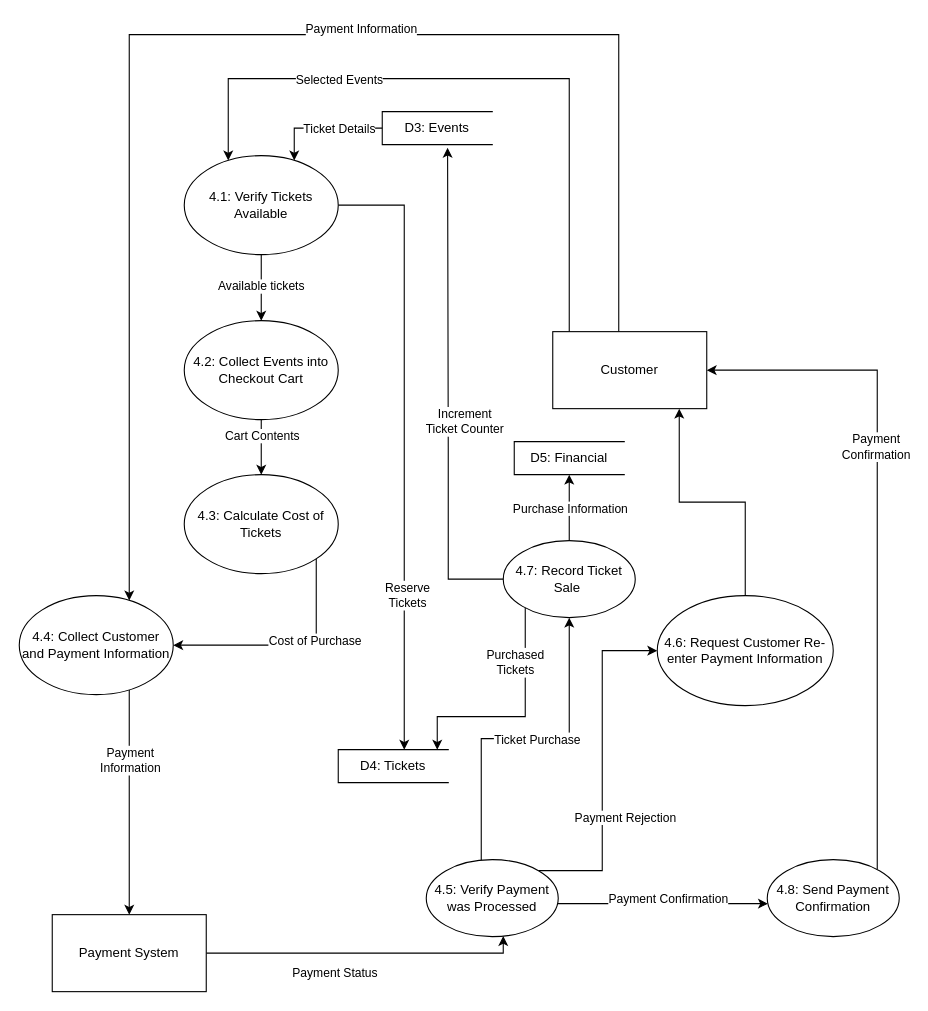
This is page "4.0: Purchase a ticket Level 2" (6 of 9) of ITEC 630 DFD Ticket Mangement System .drawio from SteveWChang/UMGC-ITEC--630-Ticketing-System-Modeling-and-Analysis, a draw.io file, before an edit. Source tidied: cells renumbered, new cells numbered last; positions are measured from the earlier drawing's top-left corner, leaving out a move shared by most shapes. Both pictures are drawn from the tidied source at 110%, with x=0, y=0 at pixel (19, 34).
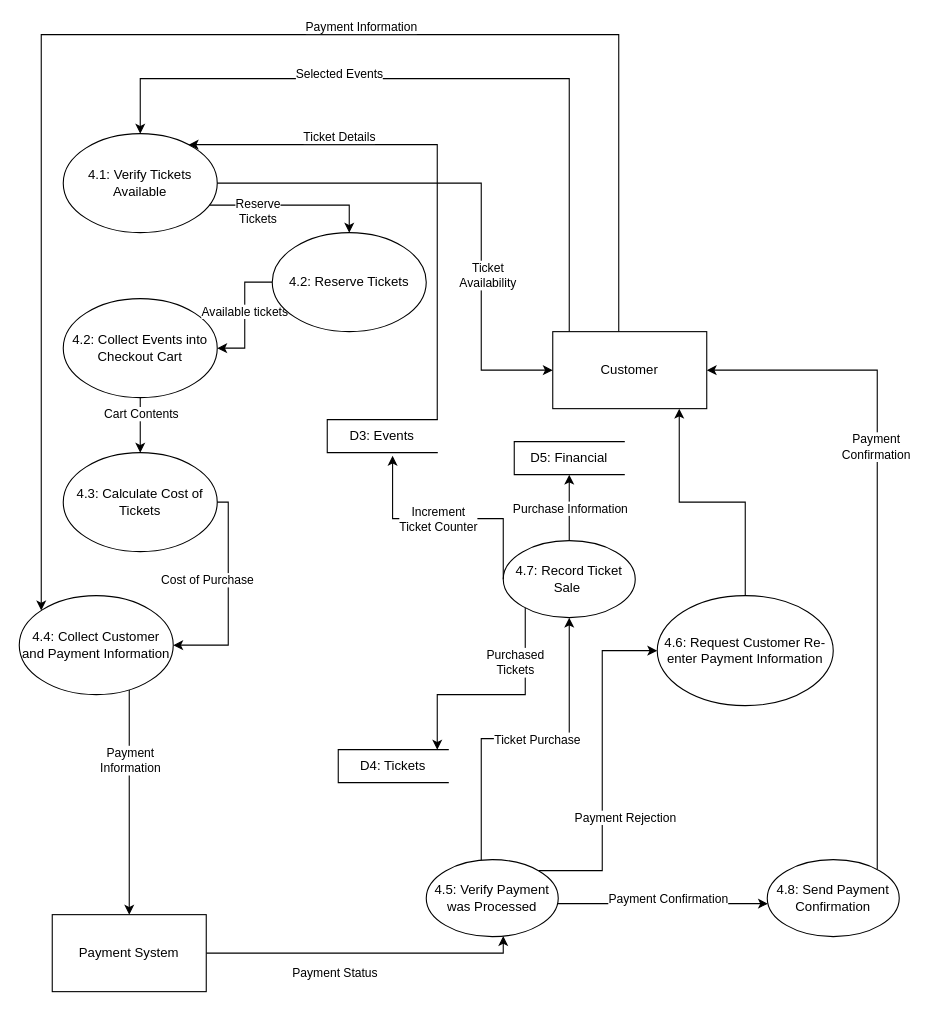
After the change.

Unchanged cells that the change refers to:
```xml
<mxCell id="4" value="4.4: Collect Customer and Payment Information" style="shape=ellipse;html=1;dashed=0;whiteSpace=wrap;perimeter=ellipsePerimeter;" parent="1" vertex="1">
  <mxGeometry y="510" width="140" height="90" as="geometry" />
</mxCell>
<mxCell id="25" value="&lt;div&gt;4.7: Record Ticket Sale&amp;nbsp;&lt;/div&gt;" style="shape=ellipse;html=1;dashed=0;whiteSpace=wrap;perimeter=ellipsePerimeter;" parent="1" vertex="1">
  <mxGeometry x="440" y="460" width="120" height="70" as="geometry" />
</mxCell>
<mxCell id="27" value="D4: Tickets" style="html=1;dashed=0;whiteSpace=wrap;shape=partialRectangle;right=0;" parent="1" vertex="1">
  <mxGeometry x="290" y="650" width="100" height="30" as="geometry" />
</mxCell>
<mxCell id="32" value="Customer" style="html=1;dashed=0;whiteSpace=wrap;" parent="1" vertex="1">
  <mxGeometry x="485" y="270" width="140" height="70" as="geometry" />
</mxCell>
```

Change to the diagram source:
```diff
@@
     <mxCell id="21" style="edgeStyle=orthogonalEdgeStyle;rounded=0;jettySize=auto;html=1;" parent="1" edge="1" source="25" target="27">
       <mxGeometry x="0.7" relative="1" as="geometry">
         <Array as="points">
-          <mxPoint x="460" y="620" />
-          <mxPoint x="380" y="620" />
+          <mxPoint x="460" y="600" />
+          <mxPoint x="380" y="600" />
         </Array>
       </mxGeometry>
     </mxCell>
@@
     <mxCell id="28" style="edgeStyle=orthogonalEdgeStyle;rounded=0;jettySize=auto;html=1;" parent="1" edge="1" source="32" target="4">
-      <mxGeometry relative="1" as="geometry">
+      <mxGeometry x="-0.06" relative="1" as="geometry">
         <Array as="points">
           <mxPoint x="545" />
-          <mxPoint x="100" />
+          <mxPoint x="20" />
         </Array>
       </mxGeometry>
     </mxCell>
     <mxCell id="29" value="Payment Information" style="edgeLabel;html=1;align=center;verticalAlign=middle;" parent="28" vertex="1">
-      <mxGeometry x="-0.81" y="2" relative="1" as="geometry">
+      <mxGeometry x="-0.82" y="2" relative="1" as="geometry">
         <mxPoint x="-233" y="-159" as="offset" />
       </mxGeometry>
     </mxCell>
     <mxCell id="30" style="edgeStyle=orthogonalEdgeStyle;rounded=0;jettySize=auto;html=1;" parent="1" edge="1" source="32" target="48">
-      <mxGeometry x="-0.56" relative="1" as="geometry">
+      <mxGeometry x="-0.58" relative="1" as="geometry">
         <Array as="points">
           <mxPoint x="500" y="40" />
-          <mxPoint x="190" y="40" />
+          <mxPoint x="110" y="40" />
         </Array>
       </mxGeometry>
     </mxCell>
     <mxCell id="31" value="Selected Events" style="edgeLabel;html=1;align=center;verticalAlign=middle;" parent="30" vertex="1">
-      <mxGeometry x="-0.59" y="1" relative="1" as="geometry">
+      <mxGeometry x="-0.61" y="1" relative="1" as="geometry">
         <mxPoint x="-209" y="-104" as="offset" />
       </mxGeometry>
     </mxCell>
@@
     <mxCell id="33" style="edgeStyle=orthogonalEdgeStyle;rounded=0;jettySize=auto;html=1;" parent="1" edge="1" source="35" target="36">
       <mxGeometry x="-0.28" relative="1" as="geometry">
         <Array as="points">
-          <mxPoint x="250" y="400" />
+          <mxPoint x="140" y="380" />
         </Array>
       </mxGeometry>
     </mxCell>
@@
     <mxCell id="35" value="4.2: Collect Events into Checkout Cart" style="shape=ellipse;html=1;dashed=0;whiteSpace=wrap;perimeter=ellipsePerimeter;" parent="1" vertex="1">
-      <mxGeometry x="150" y="260" width="140" height="90" as="geometry" />
+      <mxGeometry x="40" y="240" width="140" height="90" as="geometry" />
     </mxCell>
     <mxCell id="36" value="4.3: Calculate Cost of Tickets" style="shape=ellipse;html=1;dashed=0;whiteSpace=wrap;perimeter=ellipsePerimeter;" parent="1" vertex="1">
-      <mxGeometry x="150" y="400" width="140" height="90" as="geometry" />
+      <mxGeometry x="40" y="380" width="140" height="90" as="geometry" />
     </mxCell>
     <mxCell id="37" style="edgeStyle=orthogonalEdgeStyle;rounded=0;jettySize=auto;html=1;" parent="1" edge="1" source="36" target="4">
       <mxGeometry relative="1" as="geometry">
         <Array as="points">
-          <mxPoint x="270" y="555" />
+          <mxPoint x="190" y="425" />
+          <mxPoint x="190" y="555" />
         </Array>
       </mxGeometry>
     </mxCell>
     <mxCell id="38" value="Cost of Purchase" style="edgeLabel;html=1;align=center;verticalAlign=middle;" parent="37" vertex="1">
       <mxGeometry x="0.02" y="-1" relative="1" as="geometry">
-        <mxPoint x="26" y="-4" as="offset" />
+        <mxPoint x="-19" y="-17" as="offset" />
       </mxGeometry>
     </mxCell>
     <mxCell id="39" value="D3: Events" style="html=1;dashed=0;whiteSpace=wrap;shape=partialRectangle;right=0;" parent="1" vertex="1">
-      <mxGeometry x="330" y="70" width="100" height="30" as="geometry" />
+      <mxGeometry x="280" y="350" width="100" height="30" as="geometry" />
     </mxCell>
     <mxCell id="40" style="edgeStyle=orthogonalEdgeStyle;rounded=0;jettySize=auto;html=1;" parent="1" edge="1" source="39" target="48">
       <mxGeometry relative="1" as="geometry">
         <Array as="points">
-          <mxPoint x="250" y="85" />
+          <mxPoint x="380" y="100" />
         </Array>
       </mxGeometry>
     </mxCell>
     <mxCell id="41" value="Ticket Details" style="edgeLabel;html=1;align=center;verticalAlign=middle;" parent="40" vertex="1">
       <mxGeometry x="0.02" y="1" relative="1" as="geometry">
-        <mxPoint x="16" y="-1" as="offset" />
+        <mxPoint x="-89" y="-15" as="offset" />
       </mxGeometry>
     </mxCell>
-    <mxCell id="42" style="edgeStyle=orthogonalEdgeStyle;rounded=0;jettySize=auto;html=1;" parent="1" edge="1" source="48" target="27">
-      <mxGeometry x="0.3" relative="1" as="geometry">
+    <mxCell id="42" style="edgeStyle=orthogonalEdgeStyle;rounded=0;jettySize=auto;html=1;" parent="1" edge="1" source="48" target="51">
+      <mxGeometry x="-0.2" relative="1" as="geometry">
         <Array as="points">
-          <mxPoint x="350" y="155" />
+          <mxPoint x="300" y="155" />
         </Array>
       </mxGeometry>
     </mxCell>
     <mxCell id="43" value="&lt;div&gt;Reserve&lt;/div&gt;&lt;div&gt;Tickets&lt;/div&gt;" style="edgeLabel;html=1;align=center;verticalAlign=middle;" parent="42" vertex="1">
-      <mxGeometry x="0.04" y="2" relative="1" as="geometry">
-        <mxPoint y="125" as="offset" />
+      <mxGeometry x="-0.36" y="2" relative="1" as="geometry">
+        <mxPoint x="-5" y="7" as="offset" />
       </mxGeometry>
     </mxCell>
     <mxCell id="44" style="edgeStyle=orthogonalEdgeStyle;rounded=0;jettySize=auto;html=1;entryX=0.594;entryY=1.095;entryDx=0;entryDy=0;entryPerimeter=0;" parent="1" edge="1" source="25" target="39">
-      <mxGeometry relative="1" as="geometry">
+      <mxGeometry x="-0.05" relative="1" as="geometry">
         <Array as="points">
-          <mxPoint x="390" y="375" />
-          <mxPoint x="390" y="220" />
+          <mxPoint x="440" y="440" />
+          <mxPoint x="339.4" y="440" />
         </Array>
       </mxGeometry>
     </mxCell>
     <mxCell id="45" value="&lt;div&gt;Increment&lt;/div&gt;&lt;div&gt;Ticket Counter&lt;/div&gt;" style="edgeLabel;html=1;align=center;verticalAlign=middle;" parent="44" vertex="1">
-      <mxGeometry x="0.02" y="1" relative="1" as="geometry">
-        <mxPoint x="16" y="31" as="offset" />
+      <mxGeometry x="-0.02" y="1" relative="1" as="geometry">
+        <mxPoint x="-11" y="-1" as="offset" />
       </mxGeometry>
     </mxCell>
-    <mxCell id="46" style="edgeStyle=orthogonalEdgeStyle;rounded=0;jettySize=auto;html=1;" parent="1" edge="1" source="48" target="35">
+    <mxCell id="46" style="edgeStyle=orthogonalEdgeStyle;rounded=0;jettySize=auto;html=1;" parent="1" edge="1" source="51" target="35">
       <mxGeometry relative="1" as="geometry" />
     </mxCell>
@@
     <mxCell id="48" value="4.1: Verify Tickets Available" style="shape=ellipse;html=1;dashed=0;whiteSpace=wrap;perimeter=ellipsePerimeter;" parent="1" vertex="1">
-      <mxGeometry x="150" y="110" width="140" height="90" as="geometry" />
+      <mxGeometry x="40" y="90" width="140" height="90" as="geometry" />
     </mxCell>
+    <mxCell id="49" style="edgeStyle=orthogonalEdgeStyle;rounded=0;jettySize=auto;html=1;" parent="1" edge="1" source="48" target="32">
+      <mxGeometry relative="1" as="geometry">
+        <Array as="points">
+          <mxPoint x="420" y="135" />
+          <mxPoint x="420" y="305" />
+        </Array>
+      </mxGeometry>
+    </mxCell>
+    <mxCell id="50" value="&lt;div&gt;Ticket&lt;/div&gt;&lt;div&gt;Availability&lt;/div&gt;" style="edgeLabel;html=1;align=center;verticalAlign=middle;" parent="49" vertex="1">
+      <mxGeometry x="0.36" y="5" relative="1" as="geometry" />
+    </mxCell>
+    <mxCell id="51" value="4.2: Reserve Tickets" style="shape=ellipse;html=1;dashed=0;whiteSpace=wrap;perimeter=ellipsePerimeter;" parent="1" vertex="1">
+      <mxGeometry x="230" y="180" width="140" height="90" as="geometry" />
+    </mxCell>
```
